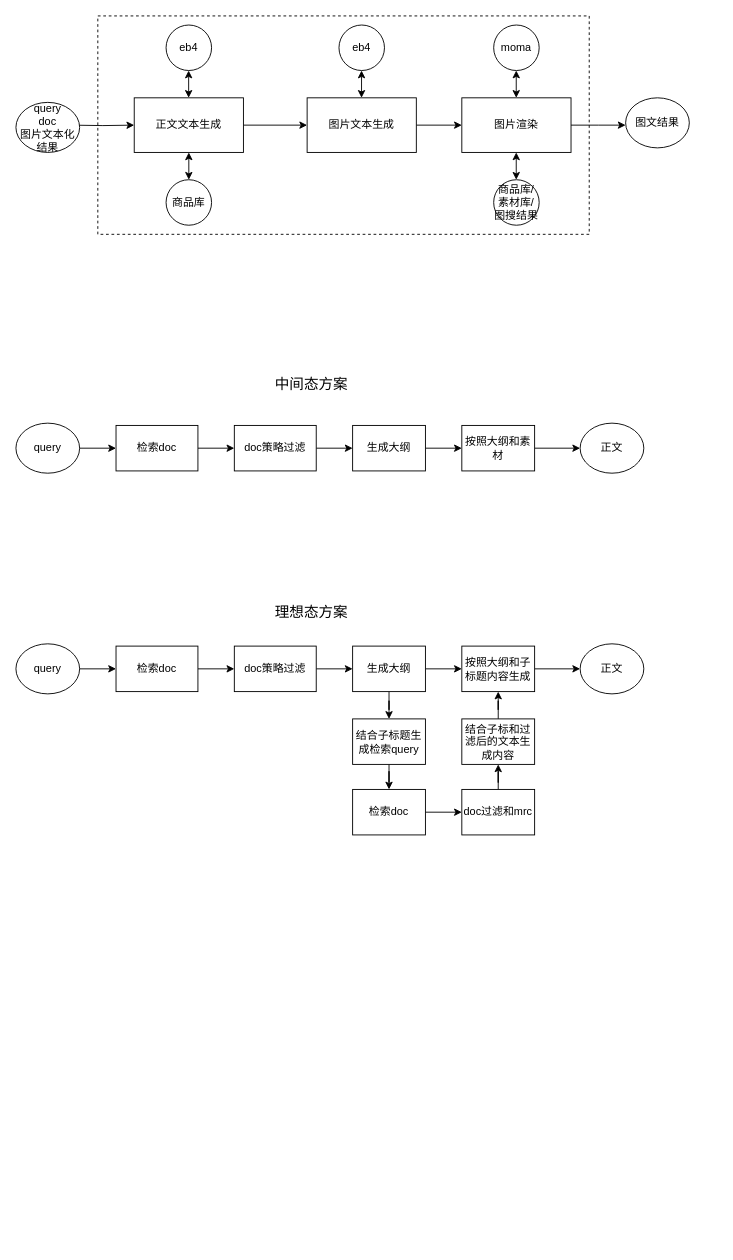
2018liuyan/one keeps this draw.io diagram as 秒笔.drawio. Above is the earlier version. Source tidied: cells renumbered, new cells numbered last; positions are measured from the earlier drawing's top-left corner, leaving out a move shared by most shapes. Both pictures are drawn from the tidied source at 91%, with x=0, y=0 at pixel (15, 15).
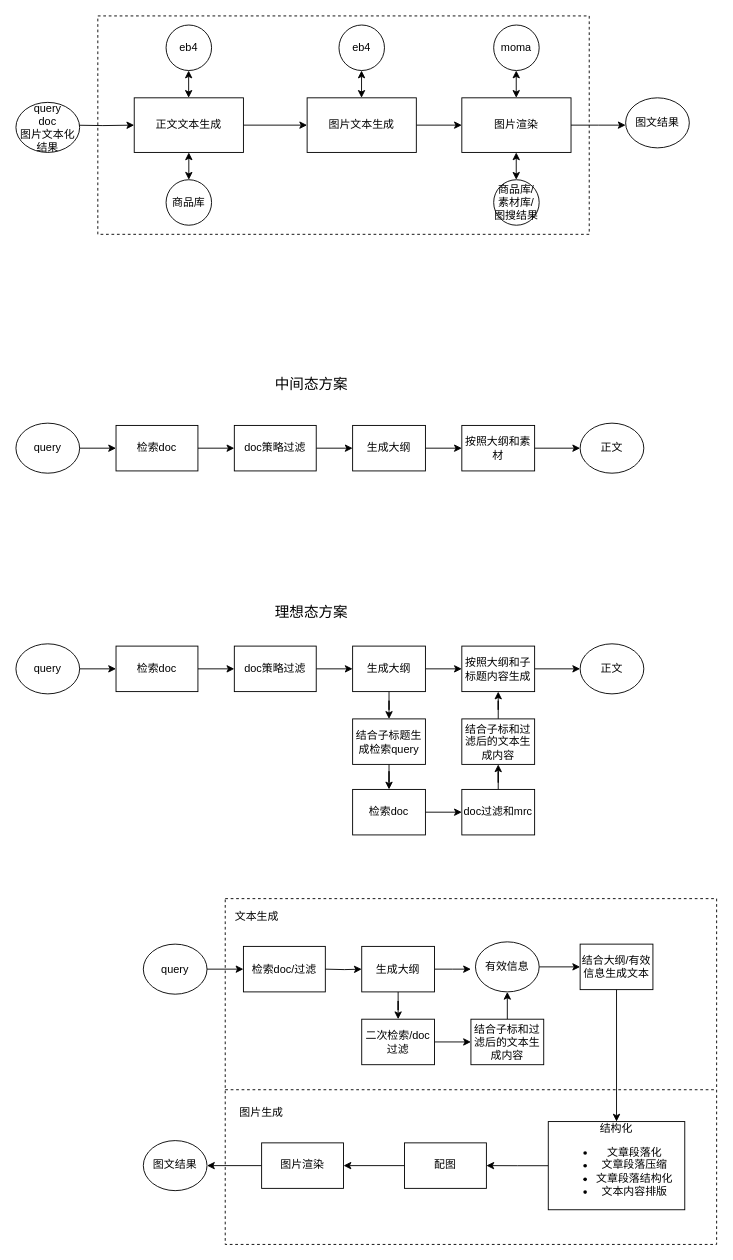
Above is the later version.

Change to the diagram source:
```diff
@@
+    <mxCell id="55" style="rounded=0;whiteSpace=wrap;html=1;dashed=1;" parent="1" vertex="1">
+      <mxGeometry x="230" y="970" width="540" height="380" as="geometry" />
+    </mxCell>
@@
+    <mxCell id="56" style="edgeStyle=orthogonalEdgeStyle;rounded=0;jettySize=auto;html=1;" parent="1" edge="1" source="57" target="58">
+      <mxGeometry relative="1" as="geometry" />
+    </mxCell>
+    <mxCell id="57" value="query" style="ellipse;whiteSpace=wrap;html=1;" parent="1" vertex="1">
+      <mxGeometry x="140" y="1020" width="70" height="55" as="geometry" />
+    </mxCell>
+    <mxCell id="58" value="检索doc/过滤" style="rounded=0;whiteSpace=wrap;html=1;" parent="1" vertex="1">
+      <mxGeometry x="250" y="1022.5" width="90" height="50" as="geometry" />
+    </mxCell>
+    <mxCell id="59" style="edgeStyle=orthogonalEdgeStyle;rounded=0;jettySize=auto;html=1;" parent="1" edge="1" target="62">
+      <mxGeometry relative="1" as="geometry">
+        <mxPoint x="340" y="1047.5" as="sourcePoint" />
+      </mxGeometry>
+    </mxCell>
+    <mxCell id="60" style="edgeStyle=orthogonalEdgeStyle;rounded=0;jettySize=auto;html=1;" parent="1" edge="1" source="62" target="64">
+      <mxGeometry relative="1" as="geometry" />
+    </mxCell>
+    <mxCell id="61" style="edgeStyle=orthogonalEdgeStyle;rounded=0;jettySize=auto;html=1;" parent="1" edge="1" source="62">
+      <mxGeometry relative="1" as="geometry">
+        <mxPoint x="500" y="1047.5" as="targetPoint" />
+      </mxGeometry>
+    </mxCell>
+    <mxCell id="62" value="生成大纲" style="rounded=0;whiteSpace=wrap;html=1;" parent="1" vertex="1">
+      <mxGeometry x="380" y="1022.5" width="80" height="50" as="geometry" />
+    </mxCell>
+    <mxCell id="63" style="edgeStyle=orthogonalEdgeStyle;rounded=0;jettySize=auto;html=1;" parent="1" edge="1" source="64" target="68">
+      <mxGeometry relative="1" as="geometry" />
+    </mxCell>
+    <mxCell id="64" value="二次检索/doc过滤" style="rounded=0;whiteSpace=wrap;html=1;" parent="1" vertex="1">
+      <mxGeometry x="380" y="1102.5" width="80" height="50" as="geometry" />
+    </mxCell>
+    <mxCell id="65" style="edgeStyle=orthogonalEdgeStyle;rounded=0;jettySize=auto;html=1;" parent="1" edge="1" source="66" target="70">
+      <mxGeometry relative="1" as="geometry" />
+    </mxCell>
+    <mxCell id="66" value="有效信息" style="ellipse;whiteSpace=wrap;html=1;" parent="1" vertex="1">
+      <mxGeometry x="505" y="1017.5" width="70" height="55" as="geometry" />
+    </mxCell>
+    <mxCell id="67" style="edgeStyle=orthogonalEdgeStyle;rounded=0;jettySize=auto;html=1;" parent="1" edge="1" source="68">
+      <mxGeometry relative="1" as="geometry">
+        <mxPoint x="540" y="1072.5" as="targetPoint" />
+      </mxGeometry>
+    </mxCell>
+    <mxCell id="68" value="结合子标和过滤后的文本生成内容" style="rounded=0;whiteSpace=wrap;html=1;" parent="1" vertex="1">
+      <mxGeometry x="500" y="1102.5" width="80" height="50" as="geometry" />
+    </mxCell>
+    <mxCell id="69" style="edgeStyle=orthogonalEdgeStyle;rounded=0;jettySize=auto;html=1;" parent="1" edge="1" source="70" target="72">
+      <mxGeometry relative="1" as="geometry" />
+    </mxCell>
+    <mxCell id="70" value="结合大纲/有效信息生成文本" style="rounded=0;whiteSpace=wrap;html=1;" parent="1" vertex="1">
+      <mxGeometry x="620" y="1020" width="80" height="50" as="geometry" />
+    </mxCell>
+    <mxCell id="71" style="edgeStyle=orthogonalEdgeStyle;rounded=0;jettySize=auto;html=1;" parent="1" edge="1" source="72" target="74">
+      <mxGeometry relative="1" as="geometry" />
+    </mxCell>
+    <mxCell id="72" value="结构化&lt;div&gt;&lt;ul&gt;&lt;li&gt;文章段落化&lt;/li&gt;&lt;li&gt;文章段落压缩&lt;/li&gt;&lt;li&gt;文章段落结构化&lt;/li&gt;&lt;li&gt;文本内容排版&lt;/li&gt;&lt;/ul&gt;&lt;/div&gt;" style="rounded=0;whiteSpace=wrap;html=1;align=center;" parent="1" vertex="1">
+      <mxGeometry x="585" y="1215" width="150" height="96.9" as="geometry" />
+    </mxCell>
+    <mxCell id="73" style="edgeStyle=orthogonalEdgeStyle;rounded=0;jettySize=auto;html=1;" parent="1" edge="1" source="74" target="76">
+      <mxGeometry relative="1" as="geometry" />
+    </mxCell>
+    <mxCell id="74" value="配图" style="rounded=0;whiteSpace=wrap;html=1;" parent="1" vertex="1">
+      <mxGeometry x="427" y="1238.4" width="90" height="50" as="geometry" />
+    </mxCell>
+    <mxCell id="75" style="edgeStyle=orthogonalEdgeStyle;rounded=0;jettySize=auto;html=1;" parent="1" edge="1" source="76" target="77">
+      <mxGeometry relative="1" as="geometry" />
+    </mxCell>
+    <mxCell id="76" value="图片渲染" style="rounded=0;whiteSpace=wrap;html=1;" parent="1" vertex="1">
+      <mxGeometry x="270" y="1238.4" width="90" height="50" as="geometry" />
+    </mxCell>
+    <mxCell id="77" value="图文结果" style="ellipse;whiteSpace=wrap;html=1;" parent="1" vertex="1">
+      <mxGeometry x="140" y="1235.9" width="70" height="55" as="geometry" />
+    </mxCell>
+    <mxCell id="78" style="endArrow=none;dashed=1;html=1;rounded=0;" parent="1" edge="1">
+      <mxGeometry relative="1" as="geometry">
+        <mxPoint x="230" y="1180" as="sourcePoint" />
+        <mxPoint x="770" y="1180" as="targetPoint" />
+      </mxGeometry>
+    </mxCell>
+    <mxCell id="79" value="文本生成" style="text;html=1;align=center;verticalAlign=middle;whiteSpace=wrap;rounded=0;" parent="1" vertex="1">
+      <mxGeometry x="220" y="970" width="90" height="40" as="geometry" />
+    </mxCell>
+    <mxCell id="80" value="图片生成" style="text;html=1;align=center;verticalAlign=middle;whiteSpace=wrap;rounded=0;" parent="1" vertex="1">
+      <mxGeometry x="240" y="1190" width="60" height="30" as="geometry" />
+    </mxCell>
```
